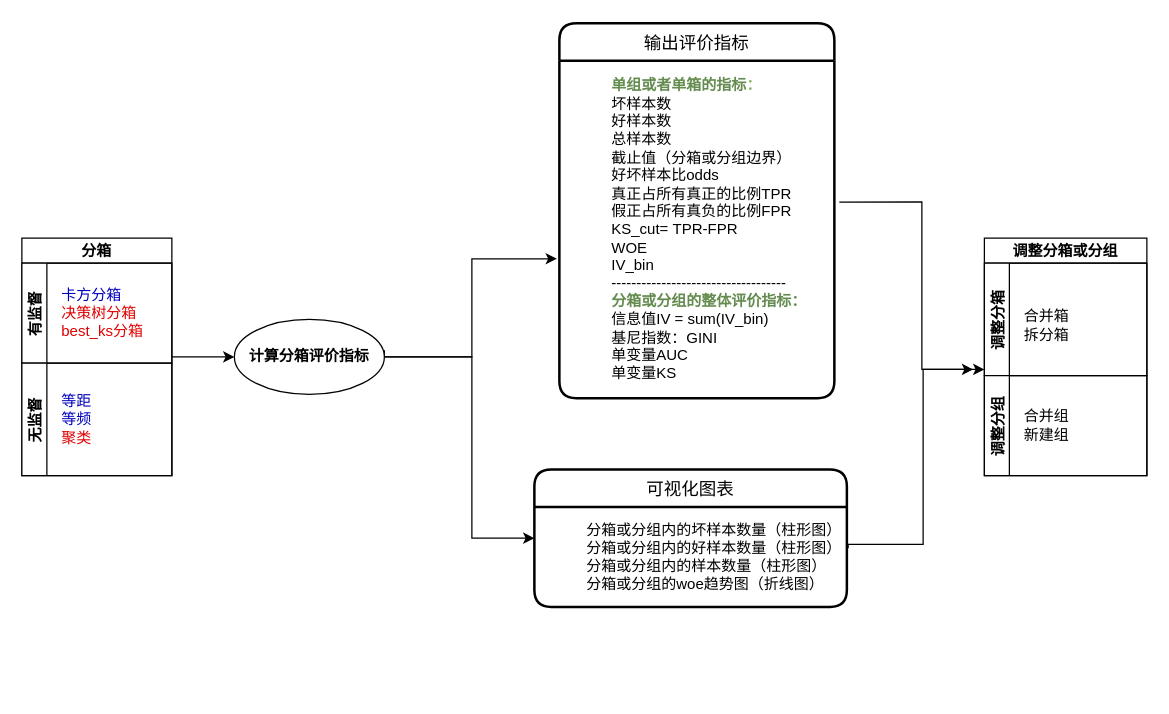
This is Untitled Diagram.drawio from muyu1202/drawio, a draw.io file, before an edit. Source tidied: cells renumbered, new cells numbered last; positions are measured from the earlier drawing's top-left corner, leaving out a move shared by most shapes. Both pictures are drawn from the tidied source at 125%, with x=0, y=0 at pixel (21, 22).
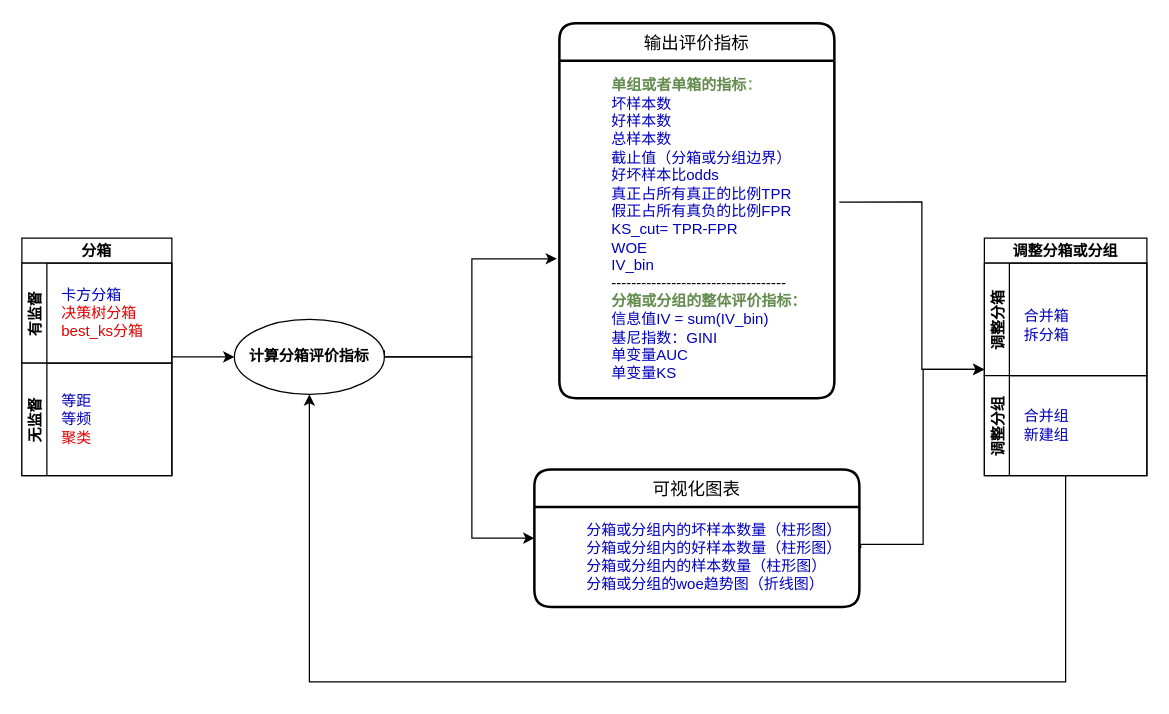
The same diagram, later.

Unchanged cells that the change refers to:
```xml
<mxCell id="10" value="计算分箱评价指标" style="ellipse;whiteSpace=wrap;html=1;fontStyle=1;startSize=20;" parent="1" vertex="1">
  <mxGeometry x="170" y="237" width="120" height="60" as="geometry" />
</mxCell>
<mxCell id="11" value="输出评价指标" style="swimlane;horizontal=1;startSize=30;rounded=1;fontSize=14;fontStyle=0;strokeWidth=2;shadow=0;dashed=0;align=center;" parent="1" vertex="1">
  <mxGeometry x="430" width="220" height="300" as="geometry" />
</mxCell>
<mxCell id="14" value="调整分箱" style="swimlane;startSize=20;horizontal=0;" parent="13" vertex="1">
  <mxGeometry y="20" width="130" height="90" as="geometry" />
</mxCell>
<mxCell id="16" value="调整分组" style="swimlane;startSize=20;horizontal=0;" parent="13" vertex="1">
  <mxGeometry y="110" width="130" height="80" as="geometry" />
</mxCell>
```

The edit, as a diff of the source:
```diff
@@
-    <mxCell id="12" value="&lt;blockquote style=&quot;margin: 0 0 0 40px ; border: none ; padding: 0px&quot;&gt;&lt;/blockquote&gt;&lt;blockquote style=&quot;margin: 0 0 0 40px ; border: none ; padding: 0px&quot;&gt;&lt;b&gt;&lt;font color=&quot;#658c50&quot;&gt;单组或者单箱的指标&lt;/font&gt;&lt;font color=&quot;#85b869&quot;&gt;：&lt;/font&gt;&lt;/b&gt;&lt;/blockquote&gt;&lt;blockquote style=&quot;margin: 0 0 0 40px ; border: none ; padding: 0px&quot;&gt;坏样本数&lt;/blockquote&gt;&lt;blockquote style=&quot;margin: 0 0 0 40px ; border: none ; padding: 0px&quot;&gt;&lt;span&gt;好样本数&lt;/span&gt;&lt;/blockquote&gt;&lt;blockquote style=&quot;margin: 0 0 0 40px ; border: none ; padding: 0px&quot;&gt;&lt;span&gt;总样本数&lt;/span&gt;&lt;/blockquote&gt;&lt;blockquote style=&quot;margin: 0 0 0 40px ; border: none ; padding: 0px&quot;&gt;&lt;span&gt;截止值（分箱或分组边界）&lt;br&gt;&lt;/span&gt;&lt;span&gt;好坏样本比odds&lt;br&gt;&lt;/span&gt;&lt;span&gt;真正占所有真正的比例TPR&lt;/span&gt;&lt;/blockquote&gt;&lt;blockquote style=&quot;margin: 0 0 0 40px ; border: none ; padding: 0px&quot;&gt;&lt;span&gt;假正占所有真负的比例FPR&lt;br&gt;&lt;/span&gt;&lt;span&gt;KS_cut=&amp;nbsp;&lt;/span&gt;TPR-FPR&lt;span&gt;&lt;br&gt;&lt;/span&gt;&lt;span&gt;WOE&lt;/span&gt;&lt;/blockquote&gt;&lt;blockquote style=&quot;margin: 0 0 0 40px ; border: none ; padding: 0px&quot;&gt;&lt;span&gt;IV_bin&lt;/span&gt;&lt;/blockquote&gt;&lt;blockquote style=&quot;margin: 0 0 0 40px ; border: none ; padding: 0px&quot;&gt;-----------------------------------&lt;/blockquote&gt;&lt;blockquote style=&quot;margin: 0 0 0 40px ; border: none ; padding: 0px&quot;&gt;&lt;b&gt;&lt;font color=&quot;#658c50&quot;&gt;分箱或分组的整体评价指标：&lt;/font&gt;&lt;/b&gt;&lt;/blockquote&gt;&lt;blockquote style=&quot;margin: 0 0 0 40px ; border: none ; padding: 0px&quot;&gt;信息值IV = sum(IV_bin)&lt;/blockquote&gt;&lt;blockquote style=&quot;margin: 0 0 0 40px ; border: none ; padding: 0px&quot;&gt;基尼指数：GINI&lt;/blockquote&gt;&lt;blockquote style=&quot;margin: 0 0 0 40px ; border: none ; padding: 0px&quot;&gt;单变量AUC&lt;/blockquote&gt;&lt;blockquote style=&quot;margin: 0 0 0 40px ; border: none ; padding: 0px&quot;&gt;单变量KS&lt;/blockquote&gt;&lt;blockquote style=&quot;margin: 0 0 0 40px ; border: none ; padding: 0px&quot;&gt;&lt;/blockquote&gt;&lt;blockquote style=&quot;margin: 0 0 0 40px ; border: none ; padding: 0px&quot;&gt;&lt;/blockquote&gt;&lt;blockquote style=&quot;margin: 0 0 0 40px ; border: none ; padding: 0px&quot;&gt;&lt;/blockquote&gt;&lt;blockquote style=&quot;margin: 0 0 0 40px ; border: none ; padding: 0px&quot;&gt;&lt;/blockquote&gt;&lt;blockquote style=&quot;margin: 0 0 0 40px ; border: none ; padding: 0px&quot;&gt;&lt;/blockquote&gt;&lt;blockquote style=&quot;margin: 0 0 0 40px ; border: none ; padding: 0px&quot;&gt;&lt;/blockquote&gt;&lt;blockquote style=&quot;margin: 0 0 0 40px ; border: none ; padding: 0px&quot;&gt;&lt;/blockquote&gt;&lt;blockquote style=&quot;margin: 0 0 0 40px ; border: none ; padding: 0px&quot;&gt;&lt;/blockquote&gt;" style="text;html=1;align=left;verticalAlign=middle;points=[];strokeColor=none;fillColor=none;" parent="11" vertex="1">
+    <mxCell id="12" value="&lt;blockquote style=&quot;margin: 0 0 0 40px ; border: none ; padding: 0px&quot;&gt;&lt;/blockquote&gt;&lt;blockquote style=&quot;margin: 0 0 0 40px ; border: none ; padding: 0px&quot;&gt;&lt;b&gt;&lt;font color=&quot;#658c50&quot;&gt;单组或者单箱的指标&lt;/font&gt;&lt;font color=&quot;#85b869&quot;&gt;：&lt;/font&gt;&lt;/b&gt;&lt;/blockquote&gt;&lt;blockquote style=&quot;margin: 0 0 0 40px ; border: none ; padding: 0px&quot;&gt;&lt;font color=&quot;#0000bd&quot;&gt;坏样本数&lt;/font&gt;&lt;/blockquote&gt;&lt;blockquote style=&quot;margin: 0 0 0 40px ; border: none ; padding: 0px&quot;&gt;&lt;span&gt;&lt;font color=&quot;#0000bd&quot;&gt;好样本数&lt;/font&gt;&lt;/span&gt;&lt;/blockquote&gt;&lt;blockquote style=&quot;margin: 0 0 0 40px ; border: none ; padding: 0px&quot;&gt;&lt;span&gt;&lt;font color=&quot;#0000bd&quot;&gt;总样本数&lt;/font&gt;&lt;/span&gt;&lt;/blockquote&gt;&lt;blockquote style=&quot;margin: 0 0 0 40px ; border: none ; padding: 0px&quot;&gt;&lt;font color=&quot;#0000bd&quot;&gt;&lt;span&gt;截止值（分箱或分组边界）&lt;br&gt;&lt;/span&gt;&lt;span&gt;好坏样本比odds&lt;br&gt;&lt;/span&gt;&lt;span&gt;真正占所有真正的比例TPR&lt;/span&gt;&lt;/font&gt;&lt;/blockquote&gt;&lt;blockquote style=&quot;margin: 0 0 0 40px ; border: none ; padding: 0px&quot;&gt;&lt;font color=&quot;#0000bd&quot;&gt;&lt;span&gt;假正占所有真负的比例FPR&lt;br&gt;&lt;/span&gt;&lt;span&gt;KS_cut=&amp;nbsp;&lt;/span&gt;TPR-FPR&lt;span&gt;&lt;br&gt;&lt;/span&gt;&lt;span&gt;WOE&lt;/span&gt;&lt;/font&gt;&lt;/blockquote&gt;&lt;blockquote style=&quot;margin: 0 0 0 40px ; border: none ; padding: 0px&quot;&gt;&lt;span&gt;&lt;font color=&quot;#0000bd&quot;&gt;IV_bin&lt;/font&gt;&lt;/span&gt;&lt;/blockquote&gt;&lt;blockquote style=&quot;margin: 0 0 0 40px ; border: none ; padding: 0px&quot;&gt;-----------------------------------&lt;/blockquote&gt;&lt;blockquote style=&quot;margin: 0 0 0 40px ; border: none ; padding: 0px&quot;&gt;&lt;b&gt;&lt;font color=&quot;#658c50&quot;&gt;分箱或分组的整体评价指标：&lt;/font&gt;&lt;/b&gt;&lt;/blockquote&gt;&lt;blockquote style=&quot;margin: 0 0 0 40px ; border: none ; padding: 0px&quot;&gt;&lt;font color=&quot;#0000bd&quot;&gt;信息值IV = sum(IV_bin)&lt;/font&gt;&lt;/blockquote&gt;&lt;blockquote style=&quot;margin: 0 0 0 40px ; border: none ; padding: 0px&quot;&gt;&lt;font color=&quot;#0000bd&quot;&gt;基尼指数：GINI&lt;/font&gt;&lt;/blockquote&gt;&lt;blockquote style=&quot;margin: 0 0 0 40px ; border: none ; padding: 0px&quot;&gt;&lt;font color=&quot;#0000bd&quot;&gt;单变量AUC&lt;/font&gt;&lt;/blockquote&gt;&lt;blockquote style=&quot;margin: 0 0 0 40px ; border: none ; padding: 0px&quot;&gt;&lt;font color=&quot;#0000bd&quot;&gt;单变量KS&lt;/font&gt;&lt;/blockquote&gt;&lt;blockquote style=&quot;margin: 0 0 0 40px ; border: none ; padding: 0px&quot;&gt;&lt;/blockquote&gt;&lt;blockquote style=&quot;margin: 0 0 0 40px ; border: none ; padding: 0px&quot;&gt;&lt;/blockquote&gt;&lt;blockquote style=&quot;margin: 0 0 0 40px ; border: none ; padding: 0px&quot;&gt;&lt;/blockquote&gt;&lt;blockquote style=&quot;margin: 0 0 0 40px ; border: none ; padding: 0px&quot;&gt;&lt;/blockquote&gt;&lt;blockquote style=&quot;margin: 0 0 0 40px ; border: none ; padding: 0px&quot;&gt;&lt;/blockquote&gt;&lt;blockquote style=&quot;margin: 0 0 0 40px ; border: none ; padding: 0px&quot;&gt;&lt;/blockquote&gt;&lt;blockquote style=&quot;margin: 0 0 0 40px ; border: none ; padding: 0px&quot;&gt;&lt;/blockquote&gt;&lt;blockquote style=&quot;margin: 0 0 0 40px ; border: none ; padding: 0px&quot;&gt;&lt;/blockquote&gt;" style="text;html=1;align=left;verticalAlign=middle;points=[];strokeColor=none;fillColor=none;" parent="11" vertex="1">
       <mxGeometry y="30" width="220" height="270" as="geometry" />
     </mxCell>
@@
-    <mxCell id="15" value="合并箱&lt;br&gt;拆分箱" style="text;html=1;align=left;verticalAlign=middle;strokeColor=none;fillColor=none;" parent="14" vertex="1">
+    <mxCell id="15" value="&lt;font color=&quot;#0000bd&quot;&gt;合并箱&lt;br&gt;拆分箱&lt;/font&gt;" style="text;html=1;align=left;verticalAlign=middle;strokeColor=none;fillColor=none;" parent="14" vertex="1">
       <mxGeometry x="30" y="35" width="50" height="30" as="geometry" />
     </mxCell>
@@
-    <mxCell id="17" value="合并组&lt;br&gt;新建组" style="text;html=1;align=left;verticalAlign=middle;strokeColor=none;fillColor=none;" parent="16" vertex="1">
+    <mxCell id="17" value="&lt;font color=&quot;#0000bd&quot;&gt;合并组&lt;br&gt;新建组&lt;/font&gt;" style="text;html=1;align=left;verticalAlign=middle;strokeColor=none;fillColor=none;" parent="16" vertex="1">
       <mxGeometry x="30" y="25" width="50" height="30" as="geometry" />
     </mxCell>
     <mxCell id="18" value="可视化图表" style="swimlane;horizontal=1;startSize=30;rounded=1;fontSize=14;fontStyle=0;strokeWidth=2;shadow=0;dashed=0;align=center;" parent="1" vertex="1">
-      <mxGeometry x="410" y="357" width="250" height="110" as="geometry" />
+      <mxGeometry x="410" y="357" width="260" height="110" as="geometry" />
     </mxCell>
-    <mxCell id="19" value="&lt;blockquote style=&quot;margin: 0 0 0 40px ; border: none ; padding: 0px&quot;&gt;&lt;/blockquote&gt;&lt;blockquote style=&quot;margin: 0 0 0 40px ; border: none ; padding: 0px&quot;&gt;分箱或分组内的坏样本数量（柱形图）&lt;/blockquote&gt;&lt;blockquote style=&quot;margin: 0 0 0 40px ; border: none ; padding: 0px&quot;&gt;分箱或分组内的好样本数量（柱形图）&lt;/blockquote&gt;&lt;blockquote style=&quot;margin: 0 0 0 40px ; border: none ; padding: 0px&quot;&gt;分箱或分组内的样本数量（柱形图）&lt;/blockquote&gt;&lt;blockquote style=&quot;margin: 0 0 0 40px ; border: none ; padding: 0px&quot;&gt;&lt;span&gt;分箱或分组的woe趋势图（折线图）&lt;/span&gt;&lt;/blockquote&gt;&lt;blockquote style=&quot;margin: 0 0 0 40px ; border: none ; padding: 0px&quot;&gt;&lt;/blockquote&gt;&lt;blockquote style=&quot;margin: 0 0 0 40px ; border: none ; padding: 0px&quot;&gt;&lt;/blockquote&gt;&lt;blockquote style=&quot;margin: 0 0 0 40px ; border: none ; padding: 0px&quot;&gt;&lt;/blockquote&gt;&lt;blockquote style=&quot;margin: 0 0 0 40px ; border: none ; padding: 0px&quot;&gt;&lt;/blockquote&gt;&lt;blockquote style=&quot;margin: 0 0 0 40px ; border: none ; padding: 0px&quot;&gt;&lt;/blockquote&gt;&lt;blockquote style=&quot;margin: 0 0 0 40px ; border: none ; padding: 0px&quot;&gt;&lt;/blockquote&gt;&lt;blockquote style=&quot;margin: 0 0 0 40px ; border: none ; padding: 0px&quot;&gt;&lt;/blockquote&gt;&lt;blockquote style=&quot;margin: 0 0 0 40px ; border: none ; padding: 0px&quot;&gt;&lt;/blockquote&gt;" style="text;html=1;align=left;verticalAlign=middle;points=[];strokeColor=none;fillColor=none;" parent="18" vertex="1">
-      <mxGeometry y="30" width="250" height="80" as="geometry" />
+    <mxCell id="19" value="&lt;blockquote style=&quot;margin: 0 0 0 40px ; border: none ; padding: 0px&quot;&gt;&lt;/blockquote&gt;&lt;blockquote style=&quot;margin: 0 0 0 40px ; border: none ; padding: 0px&quot;&gt;&lt;font color=&quot;#0000bd&quot;&gt;分箱或分组内的坏样本数量（柱形图）&lt;/font&gt;&lt;/blockquote&gt;&lt;blockquote style=&quot;margin: 0 0 0 40px ; border: none ; padding: 0px&quot;&gt;&lt;font color=&quot;#0000bd&quot;&gt;分箱或分组内的好样本数量（柱形图）&lt;/font&gt;&lt;/blockquote&gt;&lt;blockquote style=&quot;margin: 0 0 0 40px ; border: none ; padding: 0px&quot;&gt;&lt;font color=&quot;#0000bd&quot;&gt;分箱或分组内的样本数量（柱形图）&lt;/font&gt;&lt;/blockquote&gt;&lt;blockquote style=&quot;margin: 0 0 0 40px ; border: none ; padding: 0px&quot;&gt;&lt;span&gt;&lt;font color=&quot;#0000bd&quot;&gt;分箱或分组的woe趋势图（折线图）&lt;/font&gt;&lt;/span&gt;&lt;/blockquote&gt;&lt;blockquote style=&quot;margin: 0 0 0 40px ; border: none ; padding: 0px&quot;&gt;&lt;/blockquote&gt;&lt;blockquote style=&quot;margin: 0 0 0 40px ; border: none ; padding: 0px&quot;&gt;&lt;/blockquote&gt;&lt;blockquote style=&quot;margin: 0 0 0 40px ; border: none ; padding: 0px&quot;&gt;&lt;/blockquote&gt;&lt;blockquote style=&quot;margin: 0 0 0 40px ; border: none ; padding: 0px&quot;&gt;&lt;/blockquote&gt;&lt;blockquote style=&quot;margin: 0 0 0 40px ; border: none ; padding: 0px&quot;&gt;&lt;/blockquote&gt;&lt;blockquote style=&quot;margin: 0 0 0 40px ; border: none ; padding: 0px&quot;&gt;&lt;/blockquote&gt;&lt;blockquote style=&quot;margin: 0 0 0 40px ; border: none ; padding: 0px&quot;&gt;&lt;/blockquote&gt;&lt;blockquote style=&quot;margin: 0 0 0 40px ; border: none ; padding: 0px&quot;&gt;&lt;/blockquote&gt;" style="text;html=1;align=left;verticalAlign=middle;points=[];strokeColor=none;fillColor=none;" parent="18" vertex="1">
+      <mxGeometry y="30" width="260" height="80" as="geometry" />
     </mxCell>
@@
     <mxCell id="21" style="edgeStyle=orthogonalEdgeStyle;rounded=0;jettySize=auto;html=1;exitX=1.004;exitY=0.413;exitDx=0;exitDy=0;exitPerimeter=0;" parent="1" edge="1" source="19">
       <mxGeometry relative="1" as="geometry">
-        <mxPoint x="761" y="277" as="targetPoint" />
+        <mxPoint x="770" y="277" as="targetPoint" />
         <Array as="points">
-          <mxPoint x="661" y="417" />
+          <mxPoint x="671" y="417" />
           <mxPoint x="721" y="417" />
           <mxPoint x="721" y="277" />
         </Array>
       </mxGeometry>
     </mxCell>
+    <mxCell id="22" style="edgeStyle=orthogonalEdgeStyle;rounded=0;jettySize=auto;html=1;exitX=0.5;exitY=1;exitDx=0;exitDy=0;entryX=0.5;entryY=1;entryDx=0;entryDy=0;" parent="1" edge="1" source="16" target="10">
+      <mxGeometry relative="1" as="geometry">
+        <Array as="points">
+          <mxPoint x="835" y="527" />
+          <mxPoint x="230" y="527" />
+        </Array>
+      </mxGeometry>
+    </mxCell>
```
